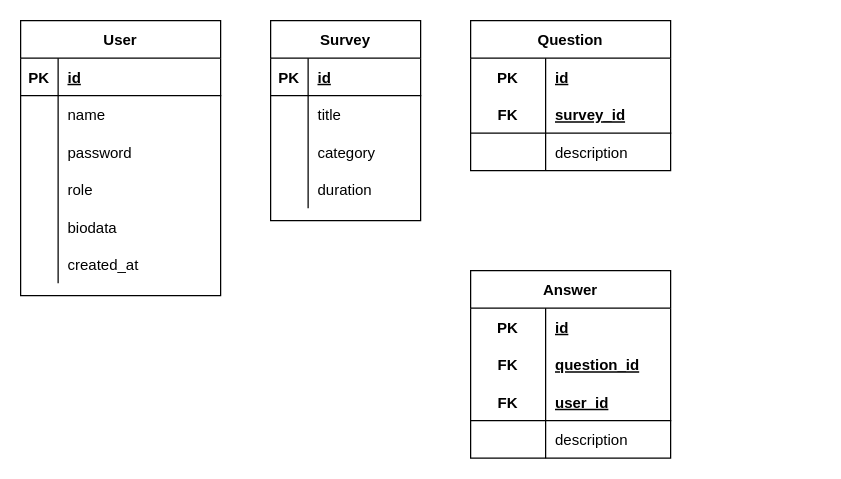
Earlier version of the draw.io diagram page "ER Diagram" (2 of 2) of omaapinions.drawio (ariefrahmanna/omaapinions). Source tidied: cells renumbered, new cells numbered last; positions are measured from the earlier drawing's top-left corner, leaving out a move shared by most shapes. Both pictures are drawn from the tidied source at 125%, with x=0, y=0 at pixel (20, 20).
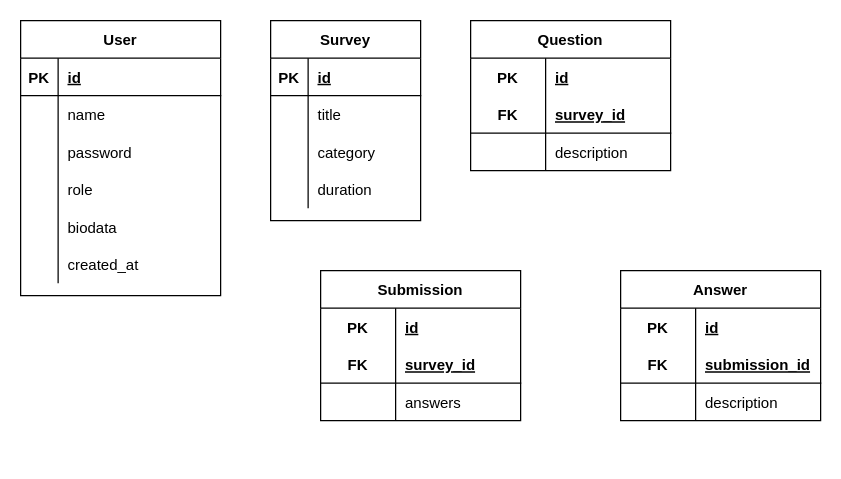
After the change.

The edit, as a diff of the source:
```diff
@@
-    <mxCell id="46" value="Answer" style="shape=table;startSize=30;childLayout=tableLayout;rowLines=0;fontStyle=1;align=center;" parent="1" vertex="1">
-      <mxGeometry x="360" y="200" width="160" height="150" as="geometry" />
+    <mxCell id="46" value="Submission" style="shape=table;startSize=30;childLayout=tableLayout;rowLines=0;fontStyle=1;align=center;" parent="1" vertex="1">
+      <mxGeometry x="240" y="200" width="160" height="120" as="geometry" />
     </mxCell>
@@
-    <mxCell id="50" style="shape=tableRow;horizontal=0;startSize=0;swimlaneHead=0;swimlaneBody=0;fillColor=none;top=0;left=0;right=0;bottom=0;" parent="46" vertex="1">
-      <mxGeometry y="60" width="160" height="30" as="geometry" />
-    </mxCell>
-    <mxCell id="51" value="FK" style="shape=partialRectangle;fillColor=none;top=0;left=0;bottom=0;right=0;fontStyle=1;overflow=hidden;" parent="50" vertex="1">
-      <mxGeometry width="60" height="30" as="geometry" />
-    </mxCell>
-    <mxCell id="52" value="question_id" style="shape=partialRectangle;fillColor=none;top=0;left=0;bottom=0;right=0;align=left;spacingLeft=6;fontStyle=5;overflow=hidden;" parent="50" vertex="1">
-      <mxGeometry x="60" width="100" height="30" as="geometry" />
-    </mxCell>
     <mxCell id="53" style="shape=tableRow;horizontal=0;startSize=0;swimlaneHead=0;swimlaneBody=0;fillColor=none;top=0;left=0;right=0;bottom=1;" parent="46" vertex="1">
-      <mxGeometry y="90" width="160" height="30" as="geometry" />
+      <mxGeometry y="60" width="160" height="30" as="geometry" />
     </mxCell>
@@
-    <mxCell id="55" value="user_id" style="shape=partialRectangle;fillColor=none;top=0;left=0;bottom=0;right=0;align=left;spacingLeft=6;fontStyle=5;overflow=hidden;" parent="53" vertex="1">
+    <mxCell id="55" value="survey_id" style="shape=partialRectangle;fillColor=none;top=0;left=0;bottom=0;right=0;align=left;spacingLeft=6;fontStyle=5;overflow=hidden;" parent="53" vertex="1">
       <mxGeometry x="60" width="100" height="30" as="geometry" />
     </mxCell>
     <mxCell id="56" style="shape=tableRow;horizontal=0;startSize=0;swimlaneHead=0;swimlaneBody=0;fillColor=none;top=0;left=0;right=0;bottom=0;" parent="46" vertex="1">
-      <mxGeometry y="120" width="160" height="30" as="geometry" />
+      <mxGeometry y="90" width="160" height="30" as="geometry" />
     </mxCell>
@@
-    <mxCell id="58" value="description" style="shape=partialRectangle;fillColor=none;top=0;left=0;bottom=0;right=0;align=left;spacingLeft=6;overflow=hidden;" parent="56" vertex="1">
+    <mxCell id="58" value="answers" style="shape=partialRectangle;fillColor=none;top=0;left=0;bottom=0;right=0;align=left;spacingLeft=6;overflow=hidden;" parent="56" vertex="1">
       <mxGeometry x="60" width="100" height="30" as="geometry" />
     </mxCell>
+    <mxCell id="59" value="Answer" style="shape=table;startSize=30;childLayout=tableLayout;rowLines=0;fontStyle=1;align=center;" parent="1" vertex="1">
+      <mxGeometry x="480" y="200" width="160" height="120" as="geometry" />
+    </mxCell>
+    <mxCell id="60" style="shape=tableRow;horizontal=0;startSize=0;swimlaneHead=0;swimlaneBody=0;fillColor=none;top=0;left=0;right=0;bottom=0;" parent="59" vertex="1">
+      <mxGeometry y="30" width="160" height="30" as="geometry" />
+    </mxCell>
+    <mxCell id="61" value="PK" style="shape=partialRectangle;fillColor=none;top=0;left=0;bottom=0;right=0;fontStyle=1;overflow=hidden;" parent="60" vertex="1">
+      <mxGeometry width="60" height="30" as="geometry" />
+    </mxCell>
+    <mxCell id="62" value="id" style="shape=partialRectangle;fillColor=none;top=0;left=0;bottom=0;right=0;align=left;spacingLeft=6;fontStyle=5;overflow=hidden;" parent="60" vertex="1">
+      <mxGeometry x="60" width="100" height="30" as="geometry" />
+    </mxCell>
+    <mxCell id="63" style="shape=tableRow;horizontal=0;startSize=0;swimlaneHead=0;swimlaneBody=0;fillColor=none;top=0;left=0;right=0;bottom=1;" parent="59" vertex="1">
+      <mxGeometry y="60" width="160" height="30" as="geometry" />
+    </mxCell>
+    <mxCell id="51" value="FK" style="shape=partialRectangle;fillColor=none;top=0;left=0;bottom=0;right=0;fontStyle=1;overflow=hidden;" parent="63" vertex="1">
+      <mxGeometry width="60" height="30" as="geometry" />
+    </mxCell>
+    <mxCell id="64" value="submission_id" style="shape=partialRectangle;fillColor=none;top=0;left=0;bottom=0;right=0;align=left;spacingLeft=6;fontStyle=5;overflow=hidden;" parent="63" vertex="1">
+      <mxGeometry x="60" width="100" height="30" as="geometry" />
+    </mxCell>
+    <mxCell id="65" style="shape=tableRow;horizontal=0;startSize=0;swimlaneHead=0;swimlaneBody=0;fillColor=none;top=0;left=0;right=0;bottom=0;" parent="59" vertex="1">
+      <mxGeometry y="90" width="160" height="30" as="geometry" />
+    </mxCell>
+    <mxCell id="66" style="shape=partialRectangle;fillColor=none;top=0;left=0;bottom=0;right=0;overflow=hidden;" parent="65" vertex="1">
+      <mxGeometry width="60" height="30" as="geometry" />
+    </mxCell>
+    <mxCell id="67" value="description" style="shape=partialRectangle;fillColor=none;top=0;left=0;bottom=0;right=0;align=left;spacingLeft=6;overflow=hidden;" parent="65" vertex="1">
+      <mxGeometry x="60" width="100" height="30" as="geometry" />
+    </mxCell>
```
